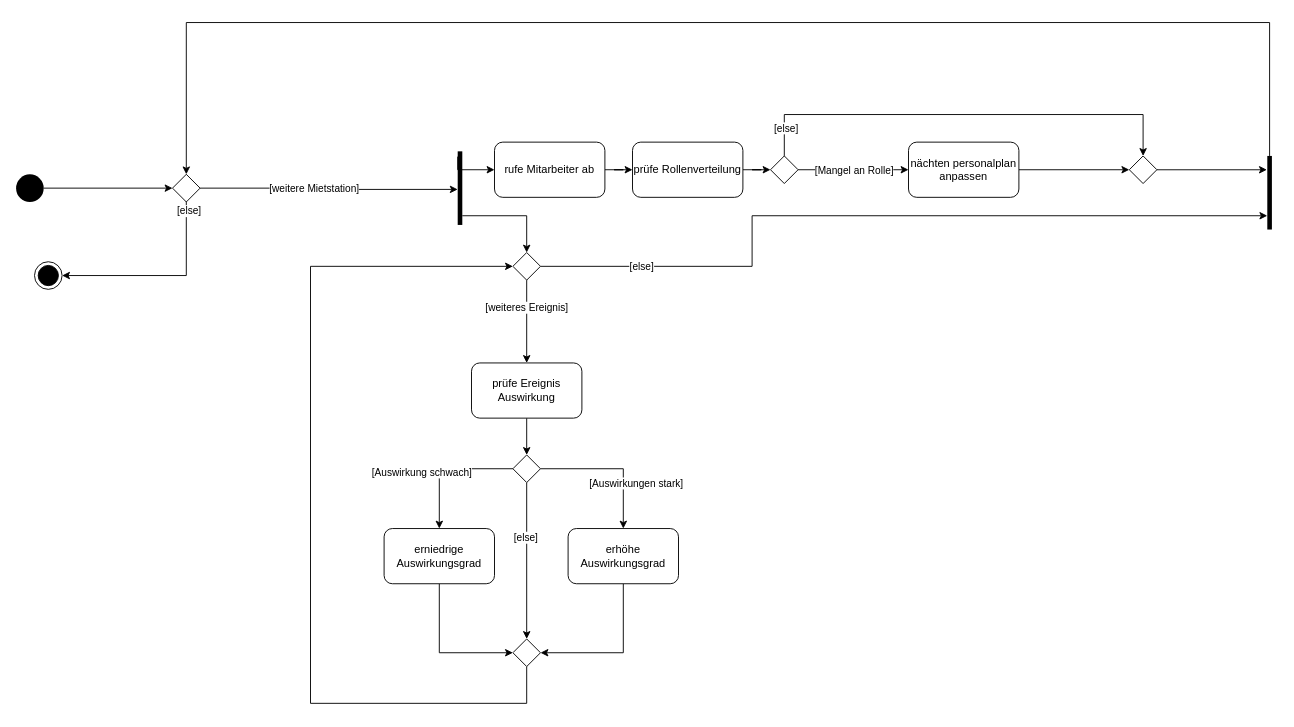
This is E - Allgemeine Verwaltung/E3 - Personaleinsatz planen/02 Aktivitätsdiagramm - Personaleinsatz planen.drawio from DlieBG/car_rental, a draw.io file, before an edit. Source tidied: cells renumbered, new cells numbered last; positions are measured from the earlier drawing's top-left corner, leaving out a move shared by most shapes. Both pictures are drawn from the tidied source at 92%, with x=0, y=0 at pixel (16, 22).
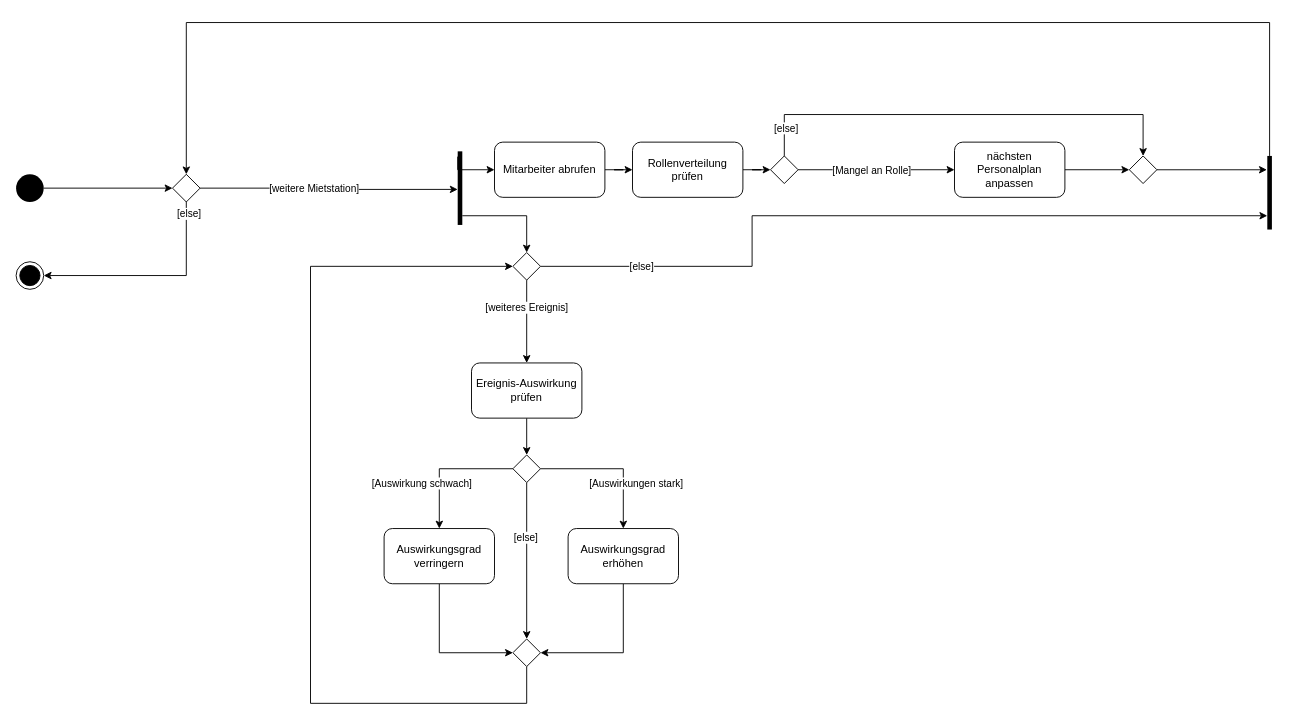
Above is the later version.

Unchanged cells that the change refers to:
```xml
<mxCell id="26" style="edgeStyle=orthogonalEdgeStyle;rounded=0;jettySize=auto;html=1;entryX=0.5;entryY=0;entryDx=0;entryDy=0;exitX=0;exitY=0.5;exitDx=0;exitDy=0;" parent="1" edge="1" source="30" target="34">
  <mxGeometry relative="1" as="geometry" />
</mxCell>
```

Diff of the diagram source:
```diff
@@
     <mxCell id="4" style="ellipse;html=1;shape=endState;fillColor=#000000;strokeColor=#000000;" parent="1" vertex="1">
-      <mxGeometry x="20" y="260" width="30" height="30" as="geometry" />
+      <mxGeometry y="260" width="30" height="30" as="geometry" />
     </mxCell>
@@
-    <mxCell id="14" value="rufe Mitarbeiter ab" style="rounded=1;whiteSpace=wrap;html=1;" parent="1" vertex="1">
+    <mxCell id="14" value="Mitarbeiter abrufen" style="rounded=1;whiteSpace=wrap;html=1;" parent="1" vertex="1">
       <mxGeometry x="520" y="130" width="120" height="60" as="geometry" />
     </mxCell>
@@
-    <mxCell id="21" value="prüfe Rollenverteilung" style="rounded=1;whiteSpace=wrap;html=1;" parent="1" vertex="1">
+    <mxCell id="21" value=" Rollenverteilung prüfen" style="rounded=1;whiteSpace=wrap;html=1;" parent="1" vertex="1">
       <mxGeometry x="670" y="130" width="120" height="60" as="geometry" />
     </mxCell>
@@
-    <mxCell id="23" value="prüfe Ereignis Auswirkung" style="rounded=1;whiteSpace=wrap;html=1;" parent="1" vertex="1">
+    <mxCell id="23" value="Ereignis-Auswirkung prüfen" style="rounded=1;whiteSpace=wrap;html=1;" parent="1" vertex="1">
       <mxGeometry x="495" y="370" width="120" height="60" as="geometry" />
     </mxCell>
@@
     <mxCell id="27" value="[Auswirkung schwach]" style="edgeLabel;html=1;align=center;verticalAlign=middle;" parent="26" vertex="1">
       <mxGeometry x="0.23" y="-1" relative="1" as="geometry">
-        <mxPoint x="-19" y="-6" as="offset" />
+        <mxPoint x="-19" y="6" as="offset" />
       </mxGeometry>
     </mxCell>
@@
-    <mxCell id="32" value="erhöhe Auswirkungsgrad" style="rounded=1;whiteSpace=wrap;html=1;" parent="1" vertex="1">
+    <mxCell id="32" value=" Auswirkungsgrad erhöhen" style="rounded=1;whiteSpace=wrap;html=1;" parent="1" vertex="1">
       <mxGeometry x="600" y="550" width="120" height="60" as="geometry" />
     </mxCell>
@@
-    <mxCell id="34" value="erniedrige Auswirkungsgrad" style="rounded=1;whiteSpace=wrap;html=1;" parent="1" vertex="1">
+    <mxCell id="34" value=" Auswirkungsgrad verringern" style="rounded=1;whiteSpace=wrap;html=1;" parent="1" vertex="1">
       <mxGeometry x="400" y="550" width="120" height="60" as="geometry" />
     </mxCell>
@@
-    <mxCell id="45" value="nächten personalplan anpassen" style="rounded=1;whiteSpace=wrap;html=1;" parent="1" vertex="1">
-      <mxGeometry x="970" y="130" width="120" height="60" as="geometry" />
+    <mxCell id="45" value="nächsten Personalplan anpassen" style="rounded=1;whiteSpace=wrap;html=1;" parent="1" vertex="1">
+      <mxGeometry x="1020" y="130" width="120" height="60" as="geometry" />
     </mxCell>
```
